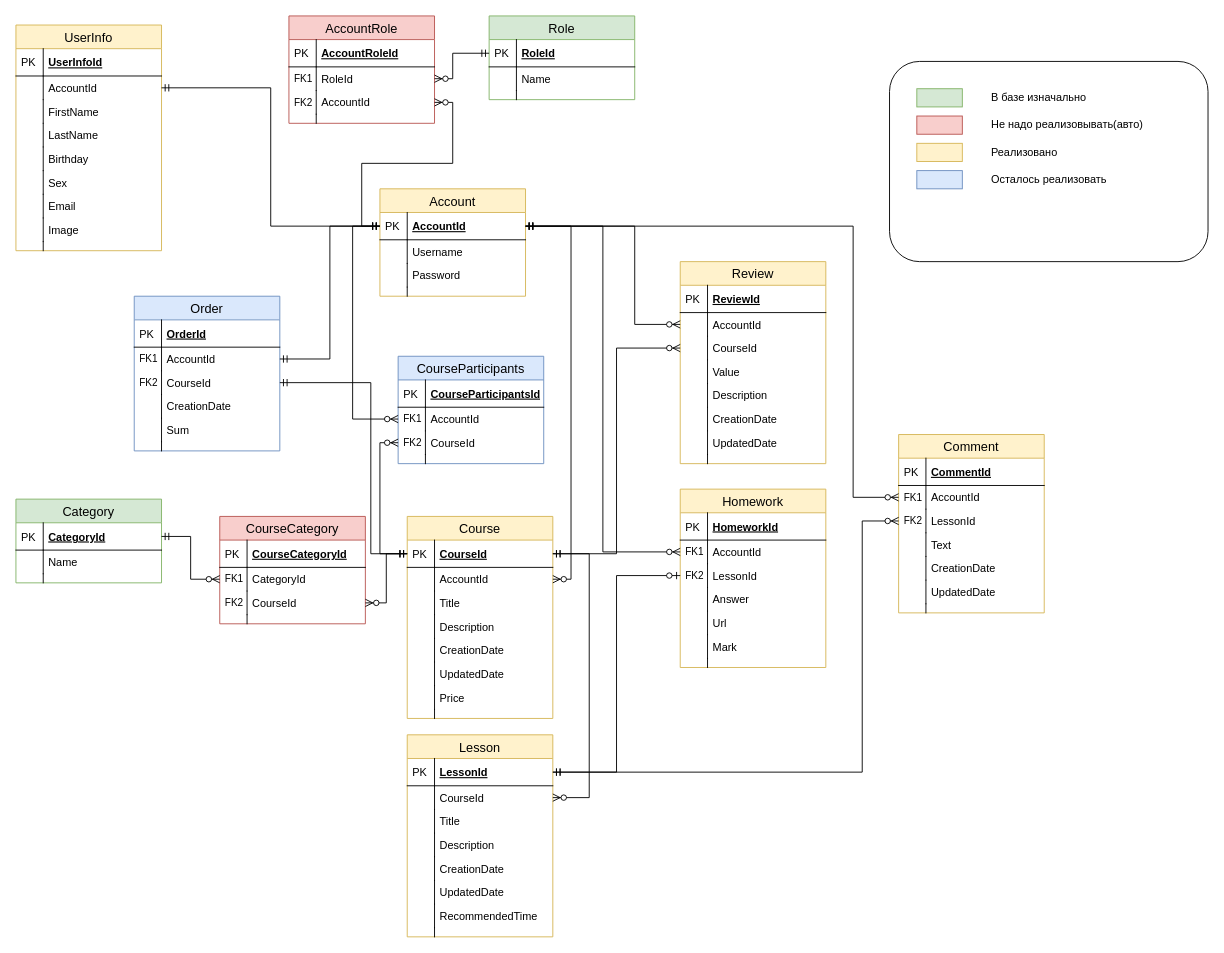
Earlier version of the draw.io diagram EduApp/EduApp.Data/DbScheme/database.drawio (EvgeniyVashinko/EduApp). Source tidied: cells renumbered, new cells numbered last; positions are measured from the earlier drawing's top-left corner, leaving out a move shared by most shapes. Both pictures are drawn from the tidied source at 91%, with x=0, y=0 at pixel (15, 15).
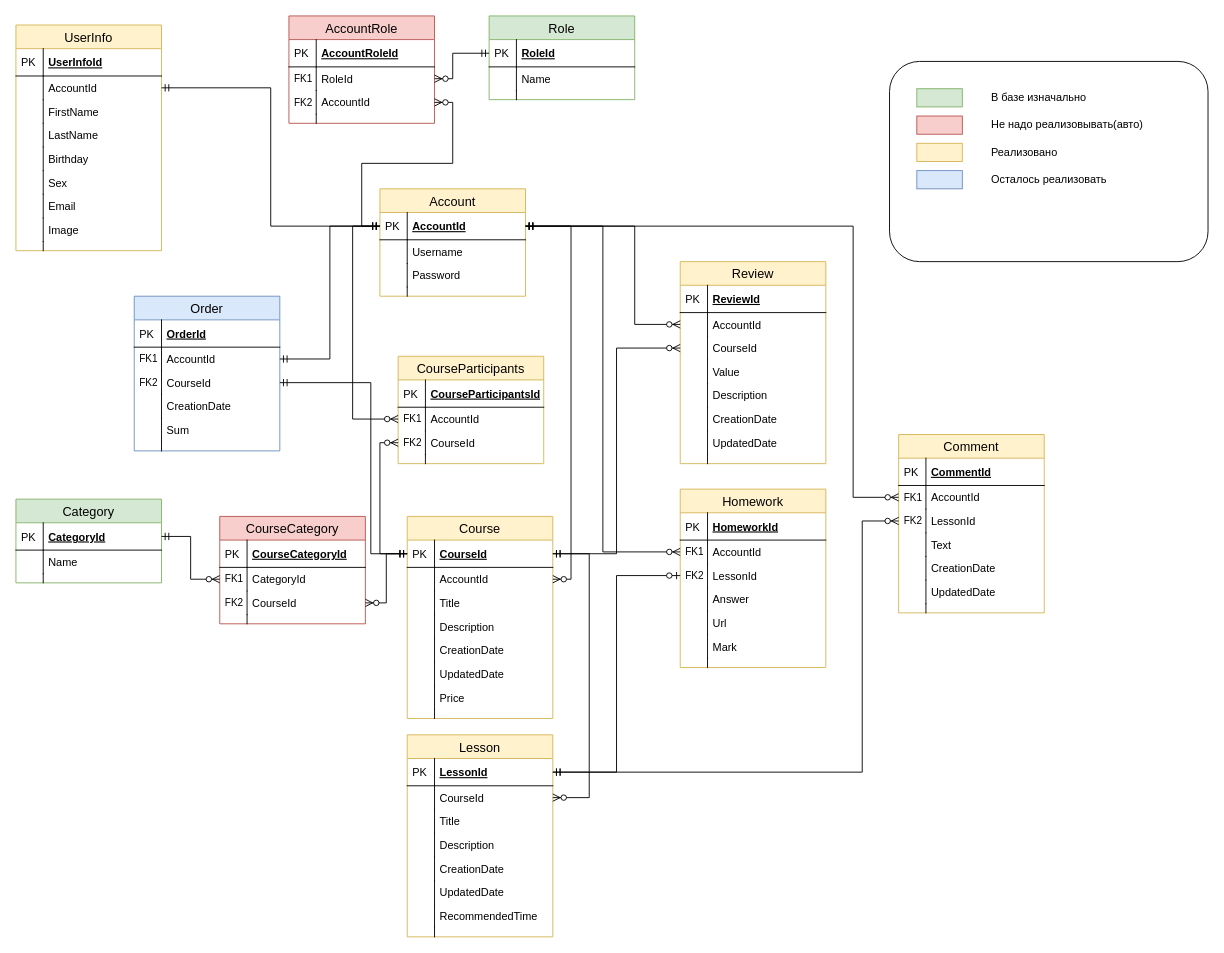
The same diagram, later.

The edit, as a diff of the source:
```diff
@@
-    <mxCell id="2" value="CourseParticipants" style="swimlane;fontStyle=0;horizontal=1;startSize=26;fillColor=#dae8fc;swimlaneFillColor=#ffffff;align=center;fontSize=14;strokeColor=#6c8ebf;" parent="1" vertex="1">
+    <mxCell id="2" value="CourseParticipants" style="swimlane;fontStyle=0;horizontal=1;startSize=26;fillColor=#fff2cc;swimlaneFillColor=#ffffff;align=center;fontSize=14;strokeColor=#d6b656;" parent="1" vertex="1">
       <mxGeometry x="420" y="374" width="160" height="118" as="geometry" />
     </mxCell>
```
